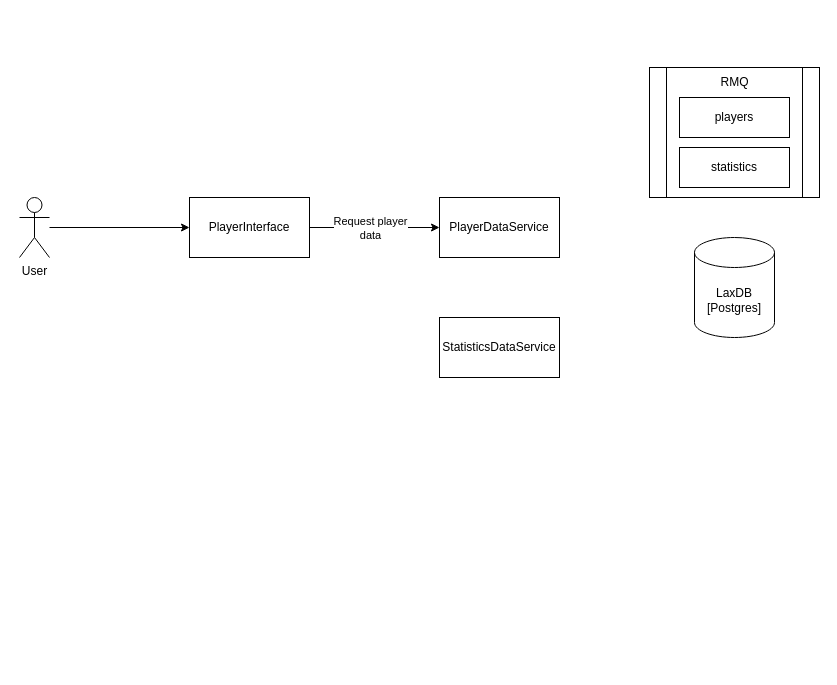
The draw.io diagram page "Page-1" (1 of 2) of docs/clack-lax-app.drawio in zfoteff/bardown, before the edit. Source tidied: cells renumbered, new cells numbered last; positions are measured from the earlier drawing's top-left corner, leaving out a move shared by most shapes. Both pictures are drawn from the tidied source at 100%, with x=0, y=0 at pixel (19, 67).
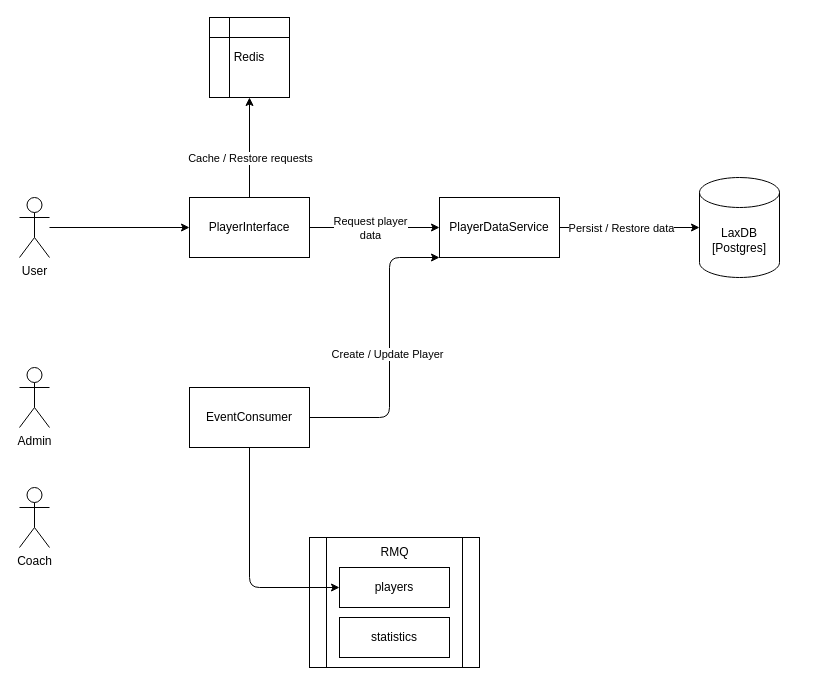
The same diagram, later.

Unchanged cells that the change refers to:
```xml
<mxCell id="4" value="PlayerInterface" style="rounded=0;whiteSpace=wrap;html=1;" parent="1" vertex="1">
  <mxGeometry x="170" y="130" width="120" height="60" as="geometry" />
</mxCell>
<mxCell id="6" value="PlayerDataService" style="rounded=0;whiteSpace=wrap;html=1;" parent="1" vertex="1">
  <mxGeometry x="420" y="130" width="120" height="60" as="geometry" />
</mxCell>
<mxCell id="13" value="players" style="rounded=0;whiteSpace=wrap;html=1;" parent="10" vertex="1">
  <mxGeometry x="30" y="30" width="110" height="40" as="geometry" />
</mxCell>
```

Diff of the diagram source:
```diff
@@
+    <mxCell id="15" style="edgeStyle=none;html=1;entryX=0.5;entryY=1;entryDx=0;entryDy=0;" parent="1" edge="1" source="4" target="19">
+      <mxGeometry relative="1" as="geometry" />
+    </mxCell>
+    <mxCell id="16" value="Cache / Restore requests" style="edgeLabel;html=1;align=center;verticalAlign=middle;" parent="15" vertex="1">
+      <mxGeometry x="0.51" y="2" relative="1" as="geometry">
+        <mxPoint x="2" y="36" as="offset" />
+      </mxGeometry>
+    </mxCell>
@@
     <mxCell id="5" value="LaxDB&lt;br&gt;[Postgres]" style="shape=cylinder3;whiteSpace=wrap;html=1;boundedLbl=1;backgroundOutline=1;size=15;" parent="1" vertex="1">
-      <mxGeometry x="675" y="170" width="80" height="100" as="geometry" />
+      <mxGeometry x="680" y="110" width="80" height="100" as="geometry" />
     </mxCell>
+    <mxCell id="17" style="edgeStyle=none;html=1;entryX=0;entryY=0.5;entryDx=0;entryDy=0;entryPerimeter=0;" parent="1" edge="1" source="6" target="5">
+      <mxGeometry relative="1" as="geometry" />
+    </mxCell>
+    <mxCell id="18" value="Persist / Restore data" style="edgeLabel;html=1;align=center;verticalAlign=middle;" parent="17" vertex="1">
+      <mxGeometry x="-0.22" y="-1" relative="1" as="geometry">
+        <mxPoint x="6" y="-1" as="offset" />
+      </mxGeometry>
+    </mxCell>
@@
-    <mxCell id="7" value="StatisticsDataService" style="rounded=0;whiteSpace=wrap;html=1;" parent="1" vertex="1">
-      <mxGeometry x="420" y="250" width="120" height="60" as="geometry" />
-    </mxCell>
@@
     <mxCell id="10" style="group;" parent="1" vertex="1">
-      <mxGeometry x="630" width="170" height="130" as="geometry" />
+      <mxGeometry x="290" y="470" width="170" height="130" as="geometry" />
     </mxCell>
@@
+    <mxCell id="19" value="Redis" style="shape=internalStorage;whiteSpace=wrap;html=1;backgroundOutline=1;" parent="1" vertex="1">
+      <mxGeometry x="190" y="-50" width="80" height="80" as="geometry" />
+    </mxCell>
+    <mxCell id="20" style="edgeStyle=none;html=1;entryX=0;entryY=0.5;entryDx=0;entryDy=0;" parent="1" edge="1" source="23" target="13">
+      <mxGeometry relative="1" as="geometry">
+        <Array as="points">
+          <mxPoint x="230" y="520" />
+        </Array>
+      </mxGeometry>
+    </mxCell>
+    <mxCell id="21" style="edgeStyle=none;html=1;entryX=0;entryY=1;entryDx=0;entryDy=0;" parent="1" edge="1" source="23" target="6">
+      <mxGeometry relative="1" as="geometry">
+        <Array as="points">
+          <mxPoint x="370" y="350" />
+          <mxPoint x="370" y="190" />
+        </Array>
+      </mxGeometry>
+    </mxCell>
+    <mxCell id="22" value="Create / Update Player" style="edgeLabel;html=1;align=center;verticalAlign=middle;" parent="21" vertex="1">
+      <mxGeometry x="-0.01" y="3" relative="1" as="geometry" />
+    </mxCell>
+    <mxCell id="23" value="EventConsumer" style="rounded=0;whiteSpace=wrap;html=1;" parent="1" vertex="1">
+      <mxGeometry x="170" y="320" width="120" height="60" as="geometry" />
+    </mxCell>
+    <mxCell id="24" value="Admin" style="shape=umlActor;verticalLabelPosition=bottom;verticalAlign=top;html=1;" parent="1" vertex="1">
+      <mxGeometry y="300" width="30" height="60" as="geometry" />
+    </mxCell>
+    <mxCell id="25" value="Coach" style="shape=umlActor;verticalLabelPosition=bottom;verticalAlign=top;html=1;" parent="1" vertex="1">
+      <mxGeometry y="420" width="30" height="60" as="geometry" />
+    </mxCell>
```
